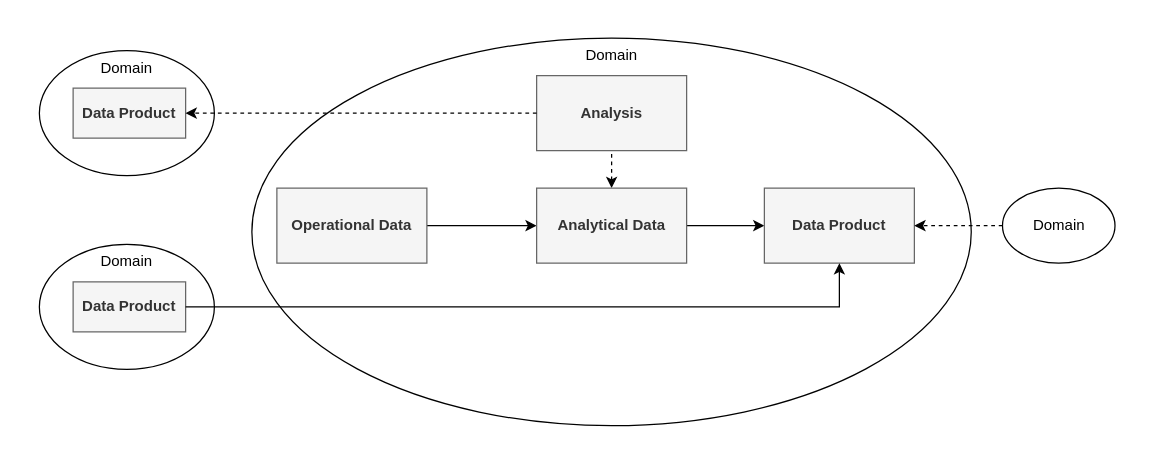
The draw.io diagram diagrams/domainteamjourney_level4.drawio in datamesh-architecture/datamesh-architecture.com, before the edit. Source tidied: cells renumbered, new cells numbered last; positions are measured from the earlier drawing's top-left corner, leaving out a move shared by most shapes. Both pictures are drawn from the tidied source at 125%, with x=0, y=0 at pixel (21, 21).
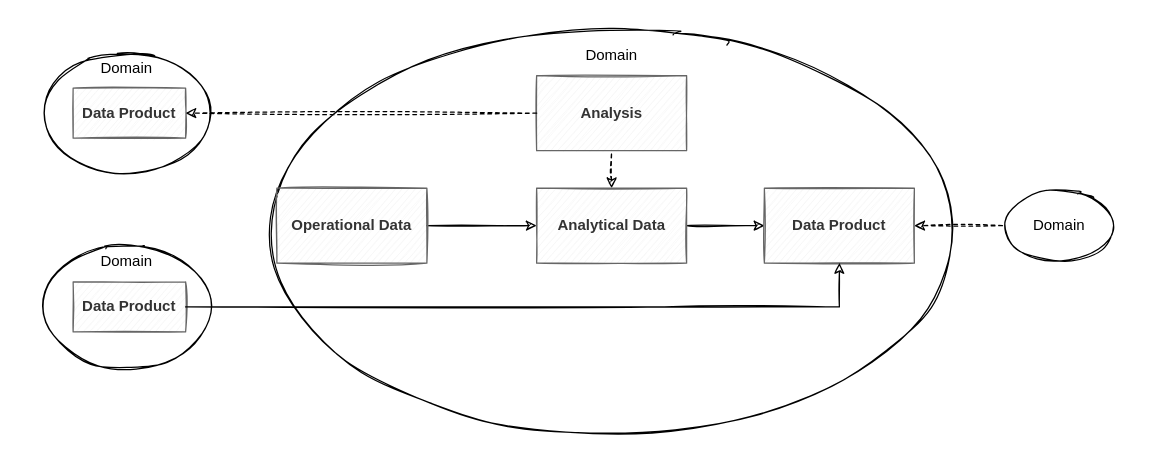
Above is the later version.

Diff of the diagram source:
```diff
@@
-    <mxCell id="2" style="rounded=0;whiteSpace=wrap;html=1;fillColor=none;strokeColor=none;" parent="1" vertex="1">
+    <mxCell id="2" style="rounded=0;whiteSpace=wrap;html=1;fillColor=none;strokeColor=none;sketch=1;" parent="1" vertex="1">
       <mxGeometry width="889" height="337" as="geometry" />
     </mxCell>
-    <mxCell id="3" value="Domain" style="ellipse;whiteSpace=wrap;html=1;verticalAlign=top;" parent="1" vertex="1">
+    <mxCell id="3" value="Domain" style="ellipse;whiteSpace=wrap;html=1;verticalAlign=top;sketch=1;" parent="1" vertex="1">
       <mxGeometry x="184" y="13" width="575.5" height="310" as="geometry" />
     </mxCell>
-    <mxCell id="4" value="Analysis" style="rounded=0;whiteSpace=wrap;html=1;fillColor=#f5f5f5;fontColor=#333333;strokeColor=#666666;fontStyle=1;" parent="1" vertex="1">
+    <mxCell id="4" value="Analysis" style="rounded=0;whiteSpace=wrap;html=1;fillColor=#f5f5f5;fontColor=#333333;strokeColor=#666666;fontStyle=1;sketch=1;" parent="1" vertex="1">
       <mxGeometry x="411.8" y="43" width="120" height="60" as="geometry" />
     </mxCell>
-    <mxCell id="5" style="rounded=0;jettySize=auto;html=1;exitX=0.5;exitY=0;exitDx=0;exitDy=0;startArrow=classic;startFill=1;endArrow=none;endFill=0;dashed=1;" parent="1" edge="1" source="8" target="4">
+    <mxCell id="5" style="rounded=0;jettySize=auto;html=1;exitX=0.5;exitY=0;exitDx=0;exitDy=0;startArrow=classic;startFill=1;endArrow=none;endFill=0;dashed=1;sketch=1;" parent="1" edge="1" source="8" target="4">
       <mxGeometry relative="1" as="geometry" />
     </mxCell>
-    <mxCell id="6" style="rounded=0;jettySize=auto;html=1;entryX=0;entryY=0.5;entryDx=0;entryDy=0;" parent="1" edge="1" source="8" target="10">
+    <mxCell id="6" style="rounded=0;jettySize=auto;html=1;entryX=0;entryY=0.5;entryDx=0;entryDy=0;sketch=1;" parent="1" edge="1" source="8" target="10">
       <mxGeometry relative="1" as="geometry" />
     </mxCell>
-    <mxCell id="7" style="edgeStyle=orthogonalEdgeStyle;rounded=0;jettySize=auto;html=1;startArrow=classic;startFill=1;endArrow=none;endFill=0;" parent="1" edge="1" source="8" target="9">
+    <mxCell id="7" style="edgeStyle=orthogonalEdgeStyle;rounded=0;jettySize=auto;html=1;startArrow=classic;startFill=1;endArrow=none;endFill=0;sketch=1;" parent="1" edge="1" source="8" target="9">
       <mxGeometry relative="1" as="geometry" />
     </mxCell>
-    <mxCell id="8" value="Analytical Data" style="rounded=0;whiteSpace=wrap;html=1;fillColor=#f5f5f5;fontColor=#333333;strokeColor=#666666;fontStyle=1;" parent="1" vertex="1">
+    <mxCell id="8" value="Analytical Data" style="rounded=0;whiteSpace=wrap;html=1;fillColor=#f5f5f5;fontColor=#333333;strokeColor=#666666;fontStyle=1;sketch=1;" parent="1" vertex="1">
       <mxGeometry x="411.8" y="133" width="120" height="60" as="geometry" />
     </mxCell>
-    <mxCell id="9" value="Operational Data" style="rounded=0;whiteSpace=wrap;html=1;fillColor=#f5f5f5;fontColor=#333333;strokeColor=#666666;fontStyle=1;" parent="1" vertex="1">
+    <mxCell id="9" value="Operational Data" style="rounded=0;whiteSpace=wrap;html=1;fillColor=#f5f5f5;fontColor=#333333;strokeColor=#666666;fontStyle=1;sketch=1;" parent="1" vertex="1">
       <mxGeometry x="204" y="133" width="120" height="60" as="geometry" />
     </mxCell>
-    <mxCell id="10" value="Data Product" style="rounded=0;whiteSpace=wrap;html=1;fillColor=#f5f5f5;fontColor=#333333;strokeColor=#666666;fontStyle=1;" parent="1" vertex="1">
+    <mxCell id="10" value="Data Product" style="rounded=0;whiteSpace=wrap;html=1;fillColor=#f5f5f5;fontColor=#333333;strokeColor=#666666;fontStyle=1;sketch=1;" parent="1" vertex="1">
       <mxGeometry x="594" y="133" width="120" height="60" as="geometry" />
     </mxCell>
-    <mxCell id="11" value="Domain" style="ellipse;whiteSpace=wrap;html=1;verticalAlign=middle;" parent="1" vertex="1">
+    <mxCell id="11" value="Domain" style="ellipse;whiteSpace=wrap;html=1;verticalAlign=middle;sketch=1;" parent="1" vertex="1">
       <mxGeometry x="784.5" y="133" width="90" height="60" as="geometry" />
     </mxCell>
-    <mxCell id="12" style="rounded=0;jettySize=auto;html=1;entryX=1;entryY=0.5;entryDx=0;entryDy=0;startArrow=none;startFill=0;endArrow=classic;endFill=1;exitX=0;exitY=0.5;exitDx=0;exitDy=0;dashed=1;" parent="1" edge="1" source="11" target="10">
+    <mxCell id="12" style="rounded=0;jettySize=auto;html=1;entryX=1;entryY=0.5;entryDx=0;entryDy=0;startArrow=none;startFill=0;endArrow=classic;endFill=1;exitX=0;exitY=0.5;exitDx=0;exitDy=0;dashed=1;sketch=1;" parent="1" edge="1" source="11" target="10">
       <mxGeometry relative="1" as="geometry" />
     </mxCell>
-    <mxCell id="13" value="Domain" style="ellipse;whiteSpace=wrap;html=1;verticalAlign=top;" parent="1" vertex="1">
+    <mxCell id="13" value="Domain" style="ellipse;whiteSpace=wrap;html=1;verticalAlign=top;sketch=1;" parent="1" vertex="1">
       <mxGeometry x="14" y="23" width="140" height="100" as="geometry" />
     </mxCell>
-    <mxCell id="14" value="Data Product" style="rounded=0;whiteSpace=wrap;html=1;fillColor=#f5f5f5;fontColor=#333333;strokeColor=#666666;fontStyle=1;" parent="1" vertex="1">
+    <mxCell id="14" value="Data Product" style="rounded=0;whiteSpace=wrap;html=1;fillColor=#f5f5f5;fontColor=#333333;strokeColor=#666666;fontStyle=1;sketch=1;" parent="1" vertex="1">
       <mxGeometry x="41" y="53" width="90" height="40" as="geometry" />
     </mxCell>
-    <mxCell id="15" style="rounded=0;jettySize=auto;html=1;startArrow=none;startFill=0;endArrow=classic;endFill=1;exitX=0;exitY=0.5;exitDx=0;exitDy=0;entryX=1;entryY=0.5;entryDx=0;entryDy=0;dashed=1;" parent="1" edge="1" source="4" target="14">
+    <mxCell id="15" style="rounded=0;jettySize=auto;html=1;startArrow=none;startFill=0;endArrow=classic;endFill=1;exitX=0;exitY=0.5;exitDx=0;exitDy=0;entryX=1;entryY=0.5;entryDx=0;entryDy=0;dashed=1;sketch=1;" parent="1" edge="1" source="4" target="14">
       <mxGeometry relative="1" as="geometry" />
     </mxCell>
-    <mxCell id="16" value="Domain" style="ellipse;whiteSpace=wrap;html=1;verticalAlign=top;" parent="1" vertex="1">
+    <mxCell id="16" value="Domain" style="ellipse;whiteSpace=wrap;html=1;verticalAlign=top;sketch=1;" parent="1" vertex="1">
       <mxGeometry x="14" y="178" width="140" height="100" as="geometry" />
     </mxCell>
-    <mxCell id="17" value="Data Product" style="rounded=0;whiteSpace=wrap;html=1;fillColor=#f5f5f5;fontColor=#333333;strokeColor=#666666;fontStyle=1;" parent="1" vertex="1">
+    <mxCell id="17" value="Data Product" style="rounded=0;whiteSpace=wrap;html=1;fillColor=#f5f5f5;fontColor=#333333;strokeColor=#666666;fontStyle=1;sketch=1;" parent="1" vertex="1">
       <mxGeometry x="41" y="208" width="90" height="40" as="geometry" />
     </mxCell>
-    <mxCell id="18" style="rounded=0;jettySize=auto;html=1;entryX=1;entryY=0.5;entryDx=0;entryDy=0;startArrow=classic;startFill=1;endArrow=none;endFill=0;exitX=0.5;exitY=1;exitDx=0;exitDy=0;" parent="1" edge="1" source="10" target="17">
+    <mxCell id="18" style="rounded=0;jettySize=auto;html=1;entryX=1;entryY=0.5;entryDx=0;entryDy=0;startArrow=classic;startFill=1;endArrow=none;endFill=0;exitX=0.5;exitY=1;exitDx=0;exitDy=0;sketch=1;" parent="1" edge="1" source="10" target="17">
       <mxGeometry relative="1" as="geometry">
         <Array as="points">
           <mxPoint x="654" y="228" />
           <mxPoint x="514" y="228" />
         </Array>
       </mxGeometry>
     </mxCell>
```
